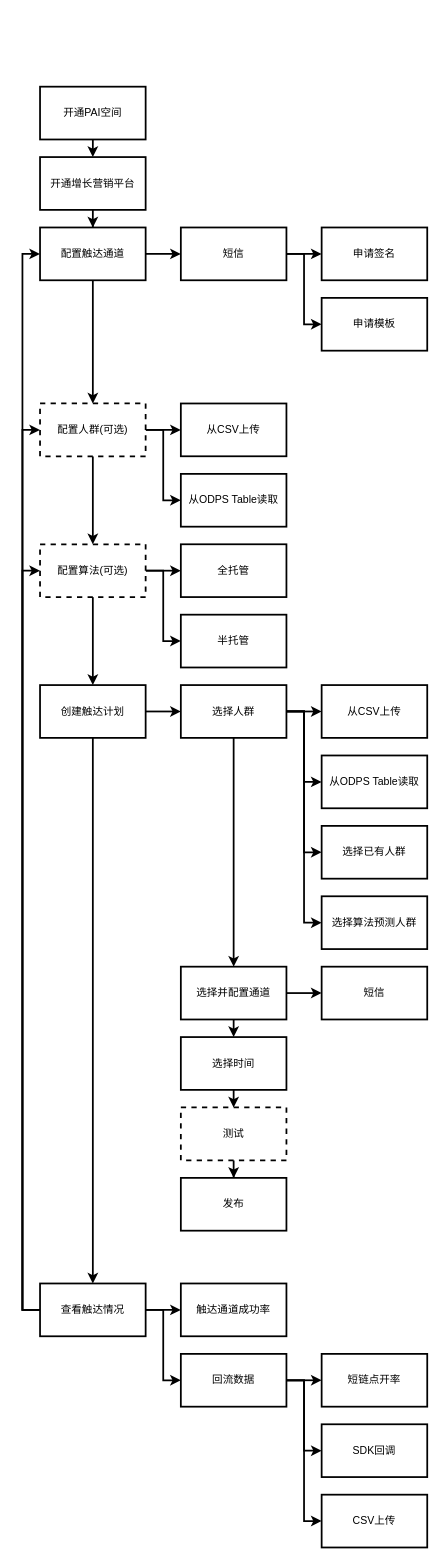
kleon1024/draw keeps this draw.io diagram as product/user_growth.drawio. Above is the earlier version. Source tidied: cells renumbered, new cells numbered last; positions are measured from the earlier drawing's top-left corner, leaving out a move shared by most shapes. Both pictures are drawn from the tidied source at 88%, with x=0, y=0 at pixel (40, 86).
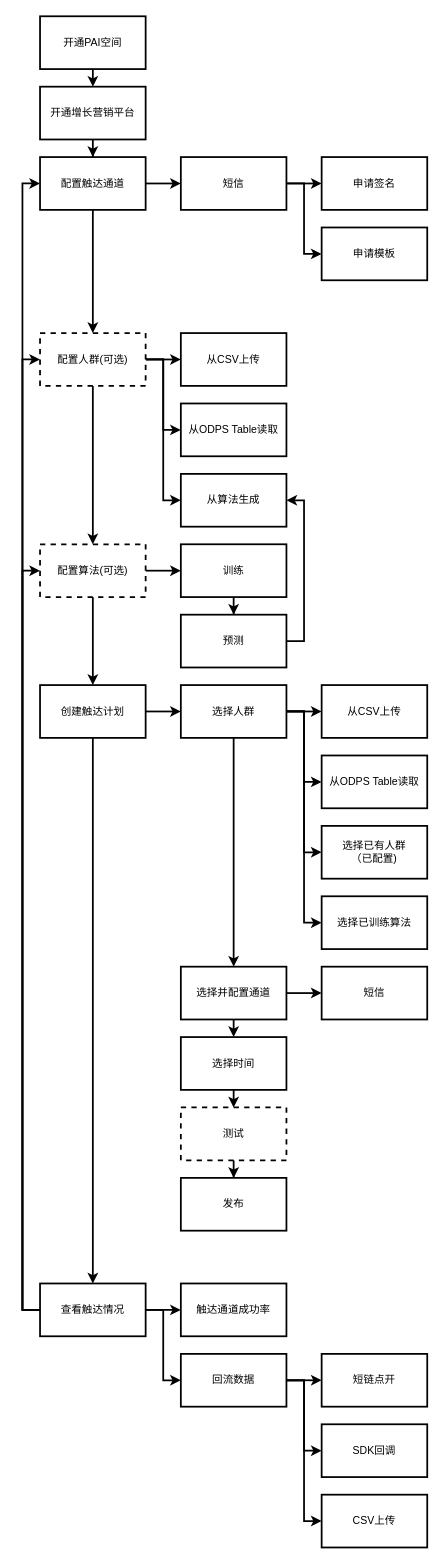
The same diagram, later.

Unchanged cells that the change refers to:
```xml
<mxCell id="33" value="配置算法(可选)" style="rounded=0;whiteSpace=wrap;html=1;strokeWidth=2;dashed=1;" parent="1" vertex="1">
  <mxGeometry y="520" width="120" height="60" as="geometry" />
</mxCell>
```

Diff of the diagram source:
```diff
@@
     <mxCell id="3" value="开通PAI空间" style="rounded=0;whiteSpace=wrap;html=1;strokeWidth=2;" parent="1" vertex="1">
-      <mxGeometry width="120" height="60" as="geometry" />
+      <mxGeometry y="-80" width="120" height="60" as="geometry" />
     </mxCell>
@@
     <mxCell id="5" value="开通增长营销平台" style="rounded=0;whiteSpace=wrap;html=1;strokeWidth=2;" parent="1" vertex="1">
-      <mxGeometry y="80" width="120" height="60" as="geometry" />
+      <mxGeometry width="120" height="60" as="geometry" />
     </mxCell>
@@
     <mxCell id="8" value="配置触达通道" style="rounded=0;whiteSpace=wrap;html=1;strokeWidth=2;" parent="1" vertex="1">
-      <mxGeometry y="160" width="120" height="60" as="geometry" />
+      <mxGeometry y="80" width="120" height="60" as="geometry" />
     </mxCell>
@@
     <mxCell id="12" value="申请签名" style="rounded=0;whiteSpace=wrap;html=1;strokeWidth=2;" parent="1" vertex="1">
-      <mxGeometry x="320" y="160" width="120" height="60" as="geometry" />
+      <mxGeometry x="320" y="80" width="120" height="60" as="geometry" />
     </mxCell>
     <mxCell id="13" value="申请模板" style="rounded=0;whiteSpace=wrap;html=1;strokeWidth=2;" parent="1" vertex="1">
-      <mxGeometry x="320" y="240" width="120" height="60" as="geometry" />
+      <mxGeometry x="320" y="160" width="120" height="60" as="geometry" />
     </mxCell>
@@
+    <mxCell id="62" style="edgeStyle=orthogonalEdgeStyle;rounded=0;jettySize=auto;html=1;exitX=1;exitY=0.5;exitDx=0;exitDy=0;entryX=0;entryY=0.5;entryDx=0;entryDy=0;strokeWidth=2;" parent="1" edge="1" source="17" target="65">
+      <mxGeometry relative="1" as="geometry" />
+    </mxCell>
     <mxCell id="17" value="配置人群(可选)" style="rounded=0;whiteSpace=wrap;html=1;strokeWidth=2;dashed=1;" parent="1" vertex="1">
-      <mxGeometry y="360" width="120" height="60" as="geometry" />
+      <mxGeometry y="280" width="120" height="60" as="geometry" />
     </mxCell>
@@
-    <mxCell id="26" value="选择已有人群" style="rounded=0;whiteSpace=wrap;html=1;strokeWidth=2;" parent="1" vertex="1">
+    <mxCell id="26" value="选择已有人群&lt;br&gt;（已配置)" style="rounded=0;whiteSpace=wrap;html=1;strokeWidth=2;" parent="1" vertex="1">
       <mxGeometry x="320" y="840" width="120" height="60" as="geometry" />
     </mxCell>
     <mxCell id="27" value="从CSV上传" style="rounded=0;whiteSpace=wrap;html=1;strokeWidth=2;" parent="1" vertex="1">
-      <mxGeometry x="160" y="360" width="120" height="60" as="geometry" />
+      <mxGeometry x="160" y="280" width="120" height="60" as="geometry" />
     </mxCell>
     <mxCell id="28" value="从ODPS Table读取" style="rounded=0;whiteSpace=wrap;html=1;strokeWidth=2;" parent="1" vertex="1">
-      <mxGeometry x="160" y="440" width="120" height="60" as="geometry" />
+      <mxGeometry x="160" y="360" width="120" height="60" as="geometry" />
     </mxCell>
-    <mxCell id="29" value="选择算法预测人群" style="rounded=0;whiteSpace=wrap;html=1;strokeWidth=2;" parent="1" vertex="1">
+    <mxCell id="29" value="选择已训练算法" style="rounded=0;whiteSpace=wrap;html=1;strokeWidth=2;" parent="1" vertex="1">
       <mxGeometry x="320" y="920" width="120" height="60" as="geometry" />
     </mxCell>
@@
-    <mxCell id="32" style="edgeStyle=orthogonalEdgeStyle;rounded=0;jettySize=auto;html=1;exitX=1;exitY=0.5;exitDx=0;exitDy=0;entryX=0;entryY=0.5;entryDx=0;entryDy=0;strokeWidth=2;" parent="1" edge="1" source="33" target="35">
-      <mxGeometry relative="1" as="geometry" />
-    </mxCell>
@@
+    <mxCell id="63" style="edgeStyle=orthogonalEdgeStyle;rounded=0;jettySize=auto;html=1;exitX=0.5;exitY=1;exitDx=0;exitDy=0;strokeWidth=2;" parent="1" edge="1" source="34" target="35">
+      <mxGeometry relative="1" as="geometry" />
+    </mxCell>
-    <mxCell id="34" value="全托管" style="rounded=0;whiteSpace=wrap;html=1;strokeWidth=2;" parent="1" vertex="1">
+    <mxCell id="34" value="训练" style="rounded=0;whiteSpace=wrap;html=1;strokeWidth=2;" parent="1" vertex="1">
       <mxGeometry x="160" y="520" width="120" height="60" as="geometry" />
     </mxCell>
+    <mxCell id="64" style="edgeStyle=orthogonalEdgeStyle;rounded=0;jettySize=auto;html=1;exitX=1;exitY=0.5;exitDx=0;exitDy=0;entryX=1;entryY=0.5;entryDx=0;entryDy=0;strokeWidth=2;" parent="1" edge="1" source="35" target="65">
+      <mxGeometry relative="1" as="geometry" />
+    </mxCell>
-    <mxCell id="35" value="半托管" style="rounded=0;whiteSpace=wrap;html=1;strokeWidth=2;" parent="1" vertex="1">
+    <mxCell id="35" value="预测" style="rounded=0;whiteSpace=wrap;html=1;strokeWidth=2;" parent="1" vertex="1">
       <mxGeometry x="160" y="600" width="120" height="60" as="geometry" />
     </mxCell>
@@
     <mxCell id="48" value="短信" style="rounded=0;whiteSpace=wrap;html=1;strokeWidth=2;" parent="1" vertex="1">
-      <mxGeometry x="160" y="160" width="120" height="60" as="geometry" />
+      <mxGeometry x="160" y="80" width="120" height="60" as="geometry" />
     </mxCell>
@@
-    <mxCell id="59" value="短链点开率" style="rounded=0;whiteSpace=wrap;html=1;strokeWidth=2;" parent="1" vertex="1">
+    <mxCell id="59" value="短链点开" style="rounded=0;whiteSpace=wrap;html=1;strokeWidth=2;" parent="1" vertex="1">
       <mxGeometry x="320" y="1440" width="120" height="60" as="geometry" />
     </mxCell>
@@
+    <mxCell id="65" value="从算法生成" style="rounded=0;whiteSpace=wrap;html=1;strokeWidth=2;" parent="1" vertex="1">
+      <mxGeometry x="160" y="440" width="120" height="60" as="geometry" />
+    </mxCell>
```
